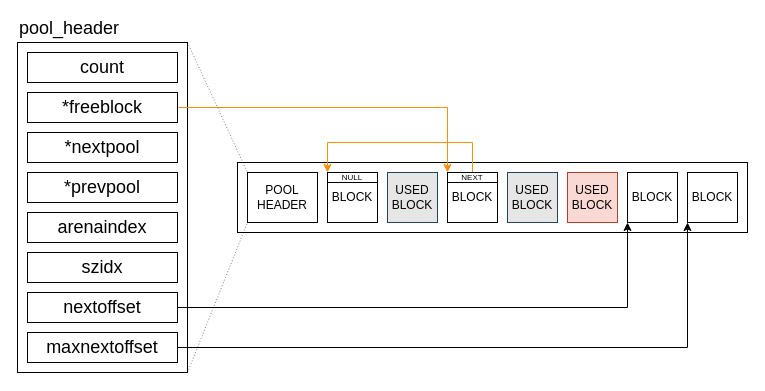
huangsunyang/huangsunyang.github.io keeps this draw.io diagram as page "pool_mid_state_alloc" (5 of 12) of source/_posts/cpython-memory-management/graph.drawio. Above is the earlier version. Source tidied: cells renumbered, new cells numbered last; positions are measured from the earlier drawing's top-left corner, leaving out a move shared by most shapes. Both pictures are drawn from the tidied source at 100%, with x=0, y=0 at pixel (17, 42).
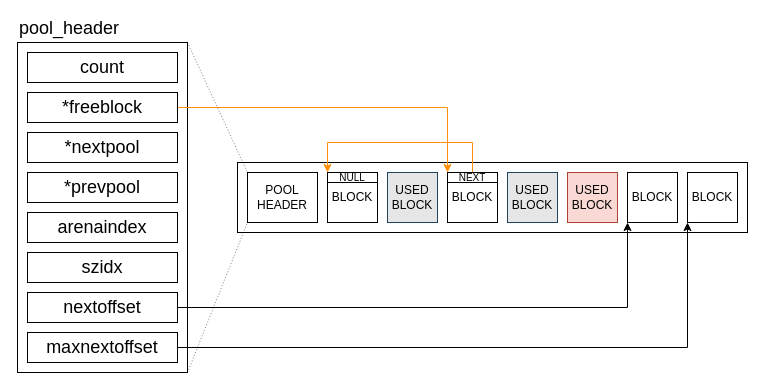
After the change.

What changed in the source:
```diff
@@
-    <mxCell id="25" value="NEXT" style="rounded=0;whiteSpace=wrap;html=1;fontSize=8;align=center;" parent="1" vertex="1">
+    <mxCell id="25" value="NEXT" style="rounded=0;whiteSpace=wrap;html=1;fontSize=10;align=center;" parent="1" vertex="1">
       <mxGeometry x="430" y="130" width="50" height="10" as="geometry" />
     </mxCell>
-    <mxCell id="26" value="NULL" style="rounded=0;whiteSpace=wrap;html=1;fontSize=8;align=center;" parent="1" vertex="1">
+    <mxCell id="26" value="NULL" style="rounded=0;whiteSpace=wrap;html=1;fontSize=10;align=center;" parent="1" vertex="1">
       <mxGeometry x="310" y="130" width="50" height="10" as="geometry" />
     </mxCell>
```
